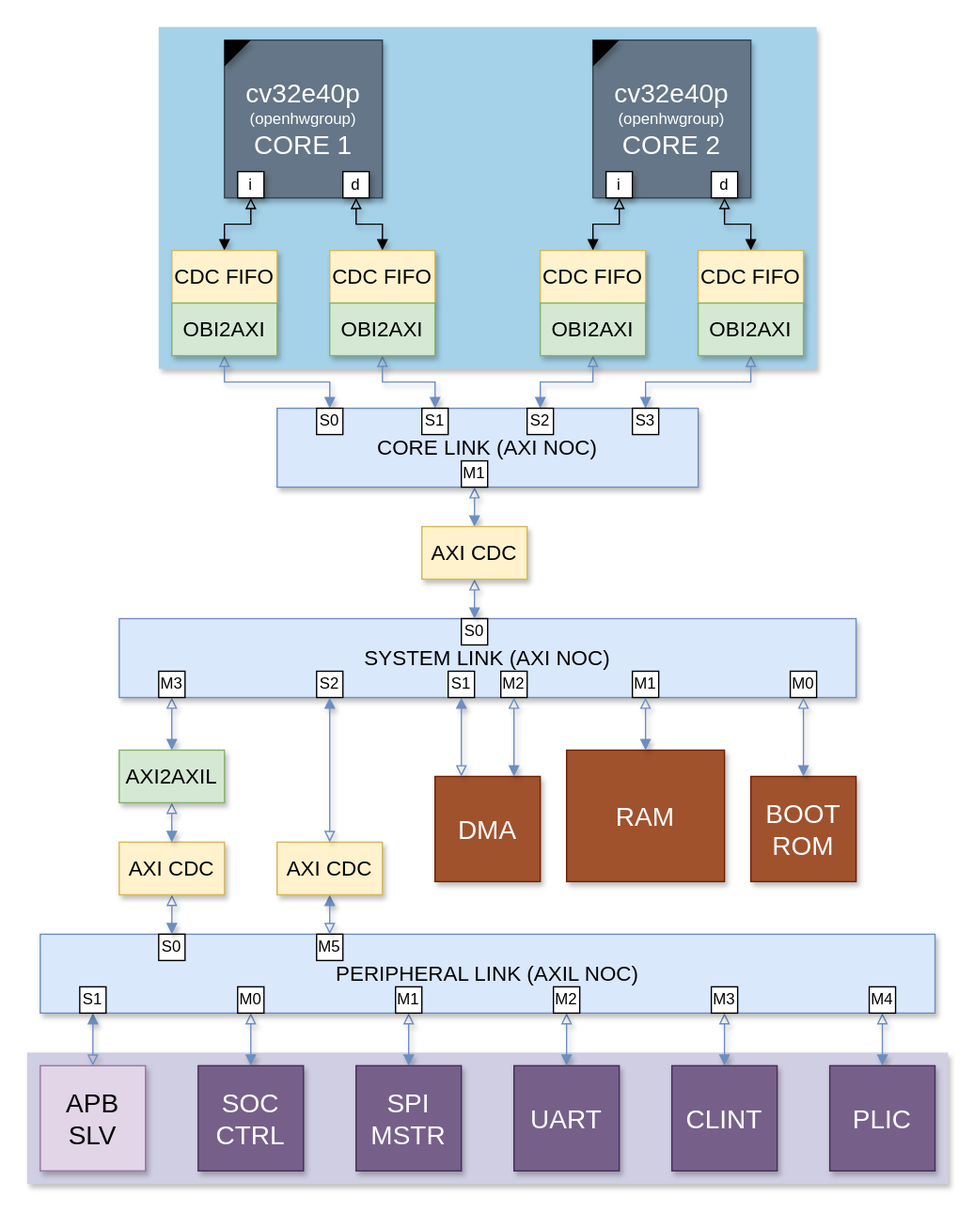
Earlier version of the draw.io export document/svg/dual_helix_noc_indexes.svg (DSi-VLSI/dual-helix-soc). Source tidied: cells renumbered, new cells last; positions are measured from the earlier drawing's top-left corner, leaving out a move shared by most shapes.
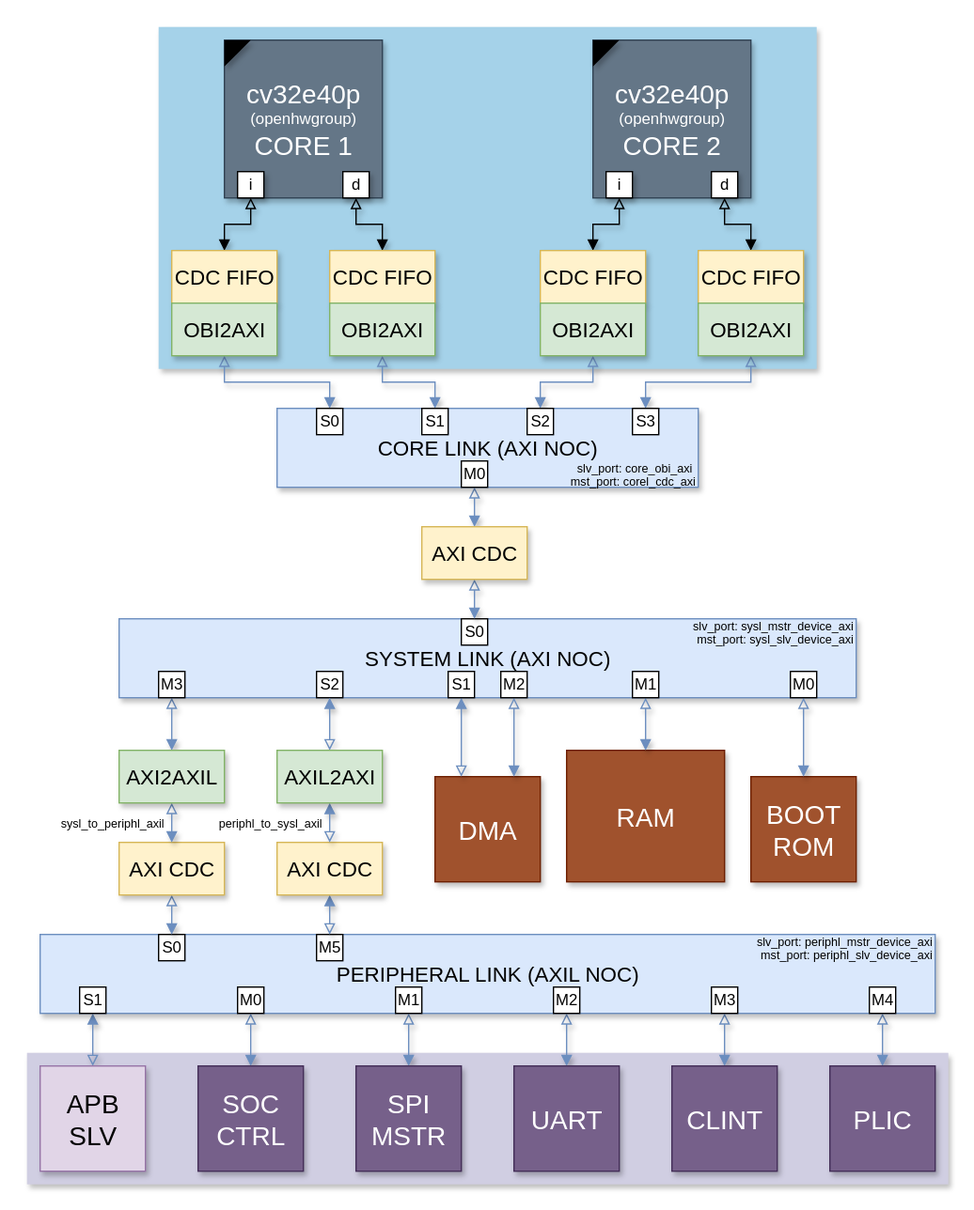
After the change.

The edit, as a diff of the source:
```diff
@@ -139,7 +139,7 @@
     <mxCell id="30" value="&lt;font style=&quot;font-size: 16px;&quot;&gt;SYSTEM LINK (AXI NOC)&lt;/font&gt;" style="rounded=0;whiteSpace=wrap;html=1;shadow=1;fillColor=#dae8fc;strokeColor=#6c8ebf;" parent="1" vertex="1">
       <mxGeometry x="90" y="470" width="560" height="60" as="geometry" />
     </mxCell>
-    <mxCell id="31" value="M1" style="rounded=0;whiteSpace=wrap;html=1;shadow=0;" parent="1" vertex="1">
+    <mxCell id="31" value="M0" style="rounded=0;whiteSpace=wrap;html=1;shadow=0;" parent="1" vertex="1">
       <mxGeometry x="350" y="350" width="20" height="20" as="geometry" />
     </mxCell>
     <mxCell id="32" value="S0" style="rounded=0;whiteSpace=wrap;html=1;shadow=0;" parent="1" vertex="1">
@@ -309,8 +309,40 @@
     <mxCell id="80" value="&lt;font style=&quot;font-size: 16px;&quot;&gt;AXI2AXIL&lt;/font&gt;" style="rounded=0;whiteSpace=wrap;html=1;shadow=1;fillColor=#d5e8d4;strokeColor=#82b366;" parent="1" vertex="1">
       <mxGeometry x="90" y="570" width="80" height="40" as="geometry" />
     </mxCell>
-    <mxCell id="81" style="edgeStyle=orthogonalEdgeStyle;rounded=0;jettySize=auto;html=1;shadow=1;strokeColor=#6c8ebf;align=center;verticalAlign=middle;fontFamily=Helvetica;fontSize=11;fontColor=default;labelBackgroundColor=default;startArrow=block;startFill=0;endArrow=block;endFill=1;fillColor=#dae8fc;" parent="1" edge="1" source="78" target="72">
-      <mxGeometry relative="1" as="geometry" />
+    <mxCell id="81" style="edgeStyle=orthogonalEdgeStyle;rounded=0;jettySize=auto;html=1;shadow=1;strokeColor=#6c8ebf;align=center;verticalAlign=middle;fontFamily=Helvetica;fontSize=11;fontColor=default;labelBackgroundColor=default;startArrow=block;startFill=0;endArrow=block;endFill=1;fillColor=#dae8fc;" parent="1" edge="1" source="78">
+      <mxGeometry relative="1" as="geometry">
+        <mxPoint x="250" y="610" as="targetPoint" />
+      </mxGeometry>
     </mxCell>
+    <mxCell id="82" value="&lt;font style=&quot;font-size: 9px;&quot;&gt;mst_port: corel_cdc_axi&lt;/font&gt;" style="rounded=0;whiteSpace=wrap;html=1;fillColor=none;strokeColor=none;align=right;" parent="1" vertex="1">
+      <mxGeometry x="410" y="360" width="120" height="10" as="geometry" />
+    </mxCell>
+    <mxCell id="83" value="&lt;font style=&quot;font-size: 9px;&quot;&gt;slv_port: core_obi_axi&amp;nbsp;&lt;/font&gt;" style="rounded=0;whiteSpace=wrap;html=1;fillColor=none;strokeColor=none;align=right;" parent="1" vertex="1">
+      <mxGeometry x="410" y="350" width="120" height="10" as="geometry" />
+    </mxCell>
+    <mxCell id="84" value="&lt;font style=&quot;font-size: 9px;&quot;&gt;mst_port: sysl_slv_device_axi&lt;/font&gt;" style="rounded=0;whiteSpace=wrap;html=1;fillColor=none;strokeColor=none;align=right;" parent="1" vertex="1">
+      <mxGeometry x="500" y="480" width="150" height="10" as="geometry" />
+    </mxCell>
+    <mxCell id="85" value="&lt;font style=&quot;font-size: 9px;&quot;&gt;slv_port: sysl_mstr_device_axi&lt;/font&gt;" style="rounded=0;whiteSpace=wrap;html=1;fillColor=none;strokeColor=none;align=right;" parent="1" vertex="1">
+      <mxGeometry x="500" y="470" width="150" height="10" as="geometry" />
+    </mxCell>
+    <mxCell id="86" value="&lt;font style=&quot;font-size: 9px;&quot;&gt;slv_port: periphl_mstr_device_axi&lt;/font&gt;" style="rounded=0;whiteSpace=wrap;html=1;fillColor=none;strokeColor=none;align=right;" parent="1" vertex="1">
+      <mxGeometry x="560" y="710" width="150" height="10" as="geometry" />
+    </mxCell>
+    <mxCell id="87" value="&lt;font style=&quot;font-size: 9px;&quot;&gt;mst_port: periphl_slv_device_axi&lt;/font&gt;" style="rounded=0;whiteSpace=wrap;html=1;fillColor=none;strokeColor=none;align=right;" parent="1" vertex="1">
+      <mxGeometry x="560" y="720" width="150" height="10" as="geometry" />
+    </mxCell>
+    <mxCell id="88" value="&lt;font style=&quot;font-size: 9px;&quot;&gt;sysl_to_periphl_axil&lt;/font&gt;" style="rounded=0;whiteSpace=wrap;html=1;fillColor=none;strokeColor=none;align=center;" parent="1" vertex="1">
+      <mxGeometry x="40" y="620" width="90" height="10" as="geometry" />
+    </mxCell>
+    <mxCell id="89" value="&lt;font style=&quot;font-size: 9px;&quot;&gt;periphl_to_sysl_axil&lt;/font&gt;" style="rounded=0;whiteSpace=wrap;html=1;fillColor=none;strokeColor=none;align=center;" parent="1" vertex="1">
+      <mxGeometry x="160" y="620" width="90" height="10" as="geometry" />
+    </mxCell>
+    <mxCell id="90" style="edgeStyle=orthogonalEdgeStyle;shape=connector;rounded=0;jettySize=auto;html=1;shadow=1;strokeColor=#6c8ebf;align=center;verticalAlign=middle;fontFamily=Helvetica;fontSize=11;fontColor=default;labelBackgroundColor=default;startArrow=block;startFill=0;endArrow=block;endFill=1;fillColor=#dae8fc;" parent="1" edge="1" source="91" target="72">
+      <mxGeometry relative="1" as="geometry" />
+    </mxCell>
+    <mxCell id="91" value="&lt;font style=&quot;font-size: 16px;&quot;&gt;AXIL2AXI&lt;/font&gt;" style="rounded=0;whiteSpace=wrap;html=1;shadow=1;fillColor=#d5e8d4;strokeColor=#82b366;" parent="1" vertex="1">
+      <mxGeometry x="210" y="570" width="80" height="40" as="geometry" />
+    </mxCell>
   </root>
 </mxGraphModel>
```
